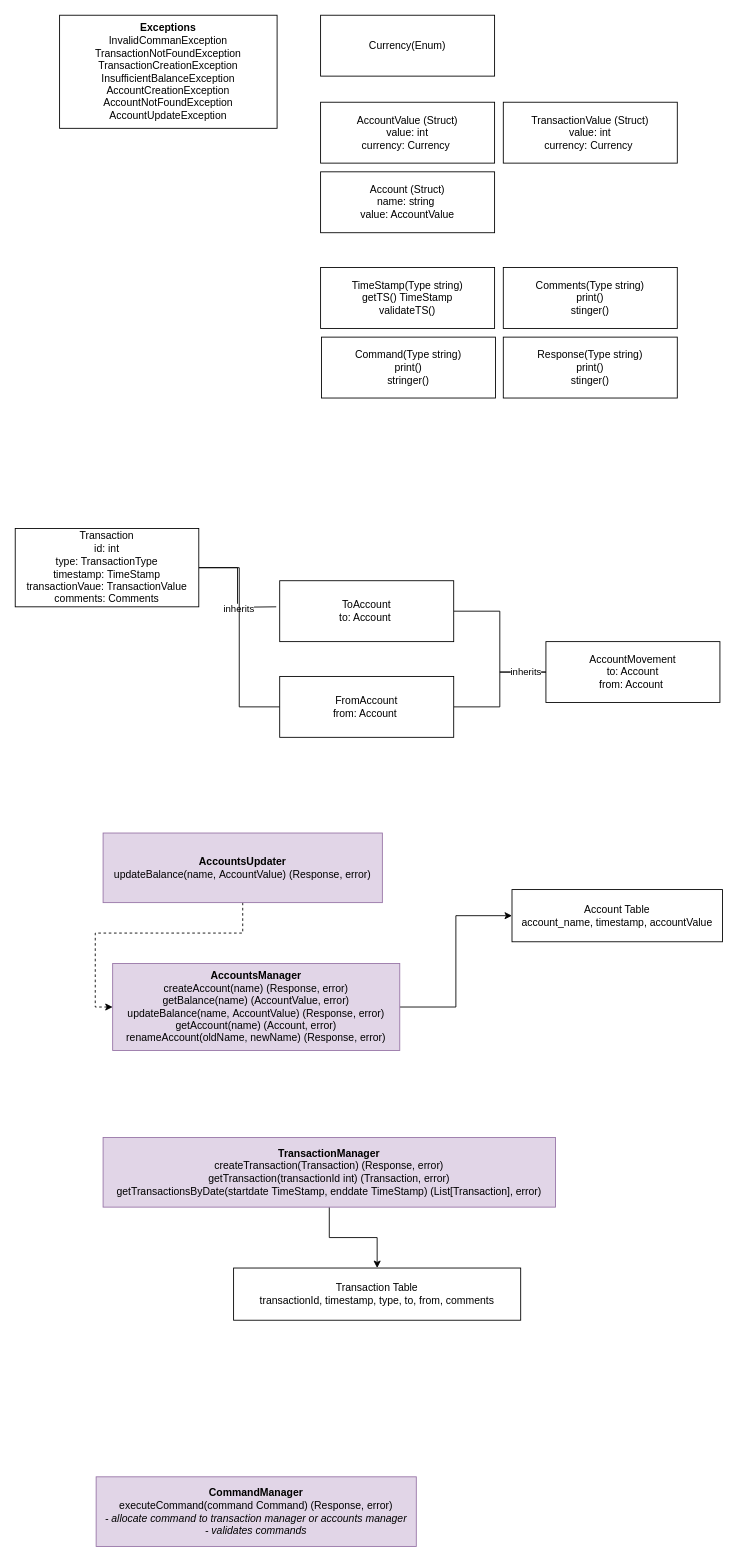
This is page "LLD" (2 of 3) of architecture/personal_finance_utility.drawio from pogo420/persofin, a draw.io file, before an edit. Source tidied: cells renumbered, new cells numbered last; positions are measured from the earlier drawing's top-left corner, leaving out a move shared by most shapes. Both pictures are drawn from the tidied source at 87%, with x=0, y=0 at pixel (15, 15).
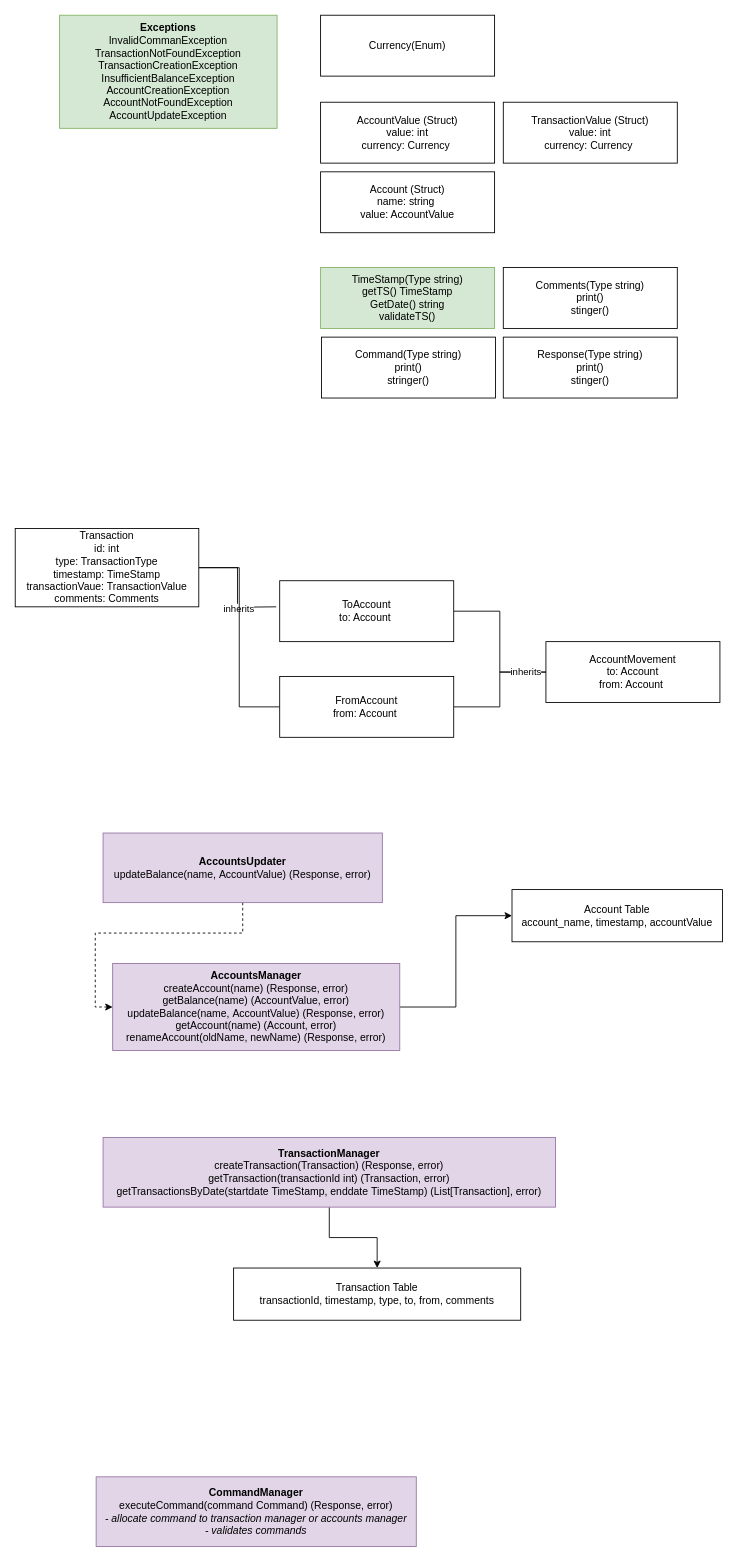
After the change.

Diff of the diagram source:
```diff
@@
-    <mxCell id="23" value="TimeStamp(Type string)&lt;br&gt;getTS() TimeStamp&lt;br&gt;validateTS()" style="rounded=0;whiteSpace=wrap;html=1;" parent="1" vertex="1">
+    <mxCell id="23" value="TimeStamp(Type string)&lt;br&gt;getTS() TimeStamp&lt;br&gt;GetDate() string&lt;br&gt;validateTS()" style="rounded=0;whiteSpace=wrap;html=1;fillColor=#d5e8d4;strokeColor=#82b366;" parent="1" vertex="1">
       <mxGeometry x="351" y="290" width="200" height="70" as="geometry" />
     </mxCell>
@@
-    <mxCell id="28" value="&lt;b&gt;Exceptions&lt;/b&gt;&lt;br&gt;InvalidCommanException&lt;br&gt;TransactionNotFoundException&lt;br&gt;TransactionCreationException&lt;br&gt;InsufficientBalanceException&lt;br&gt;AccountCreationException&lt;br&gt;AccountNotFoundException&lt;br&gt;AccountUpdateException" style="rounded=0;whiteSpace=wrap;html=1;" parent="1" vertex="1">
+    <mxCell id="28" value="&lt;b&gt;Exceptions&lt;/b&gt;&lt;br&gt;InvalidCommanException&lt;br&gt;TransactionNotFoundException&lt;br&gt;TransactionCreationException&lt;br&gt;InsufficientBalanceException&lt;br&gt;AccountCreationException&lt;br&gt;AccountNotFoundException&lt;br&gt;AccountUpdateException" style="rounded=0;whiteSpace=wrap;html=1;fillColor=#d5e8d4;strokeColor=#82b366;" parent="1" vertex="1">
       <mxGeometry x="51" width="250" height="130" as="geometry" />
     </mxCell>
```
